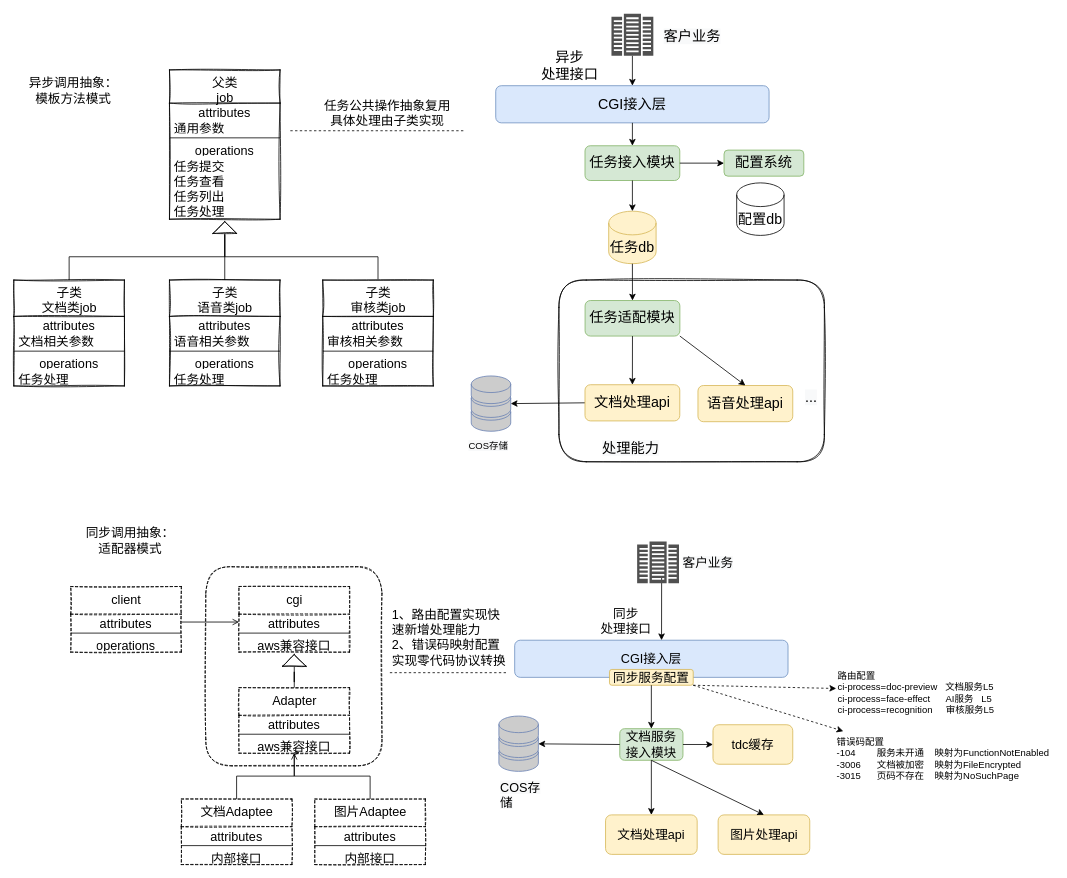
Before: page "类图抽象" (6 of 7) of Untitled Diagram.drawio in wangnan8791/document, a draw.io diagram. Source tidied: cells renumbered, new cells numbered last; positions are measured from the earlier drawing's top-left corner, leaving out a move shared by most shapes. Both pictures are drawn from the tidied source at 79%, with x=0, y=0 at pixel (13, 13).
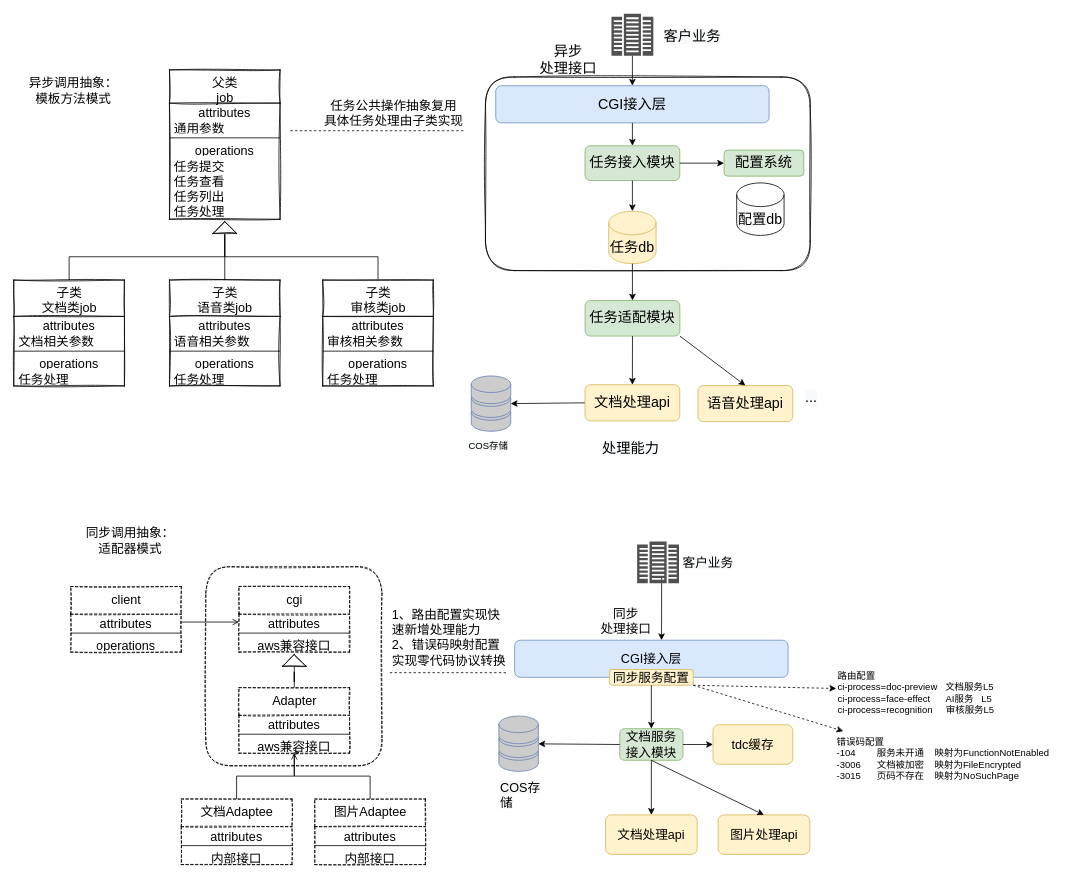
The same diagram, later.

Diff of the diagram source:
```diff
@@
     <mxCell id="2" style="rounded=1;whiteSpace=wrap;html=1;shadow=0;glass=0;sketch=1;fontSize=20;" parent="1" vertex="1">
-      <mxGeometry x="690" y="337" width="336" height="230" as="geometry" />
+      <mxGeometry x="597" y="80" width="411" height="245" as="geometry" />
     </mxCell>
@@
     <mxCell id="35" value="&lt;div style=&quot;text-align: center; font-size: 18px;&quot;&gt;&lt;font face=&quot;helvetica&quot; style=&quot;font-size: 18px;&quot;&gt;异步&lt;/font&gt;&lt;/div&gt;&lt;div style=&quot;text-align: center; font-size: 18px;&quot;&gt;&lt;font face=&quot;helvetica&quot; style=&quot;font-size: 18px;&quot;&gt;处理接口&lt;/font&gt;&lt;/div&gt;" style="text;whiteSpace=wrap;html=1;fontSize=18;" parent="1" vertex="1">
-      <mxGeometry x="666" y="38" width="80" height="40" as="geometry" />
+      <mxGeometry x="664" y="31" width="80" height="40" as="geometry" />
     </mxCell>
@@
-    <mxCell id="58" value="&lt;div style=&quot;text-align: center; font-size: 16px;&quot;&gt;&lt;font face=&quot;helvetica&quot; style=&quot;font-size: 16px;&quot;&gt;任务公共操作抽象复用&lt;/font&gt;&lt;/div&gt;&lt;div style=&quot;text-align: center; font-size: 16px;&quot;&gt;&lt;font face=&quot;helvetica&quot; style=&quot;font-size: 16px;&quot;&gt;具体处理由子类实现&lt;/font&gt;&lt;/div&gt;" style="text;whiteSpace=wrap;html=1;fontSize=16;" parent="1" vertex="1">
+    <mxCell id="58" value="&lt;div style=&quot;text-align: center ; font-size: 16px&quot;&gt;&lt;font face=&quot;helvetica&quot; style=&quot;font-size: 16px&quot;&gt;任务公共操作抽象复用&lt;/font&gt;&lt;/div&gt;&lt;div style=&quot;text-align: center ; font-size: 16px&quot;&gt;&lt;font face=&quot;helvetica&quot; style=&quot;font-size: 16px&quot;&gt;具体任务处理由子类实现&lt;/font&gt;&lt;/div&gt;" style="text;whiteSpace=wrap;html=1;fontSize=16;" parent="1" vertex="1">
       <mxGeometry x="391" y="100" width="203" height="38" as="geometry" />
     </mxCell>
```
